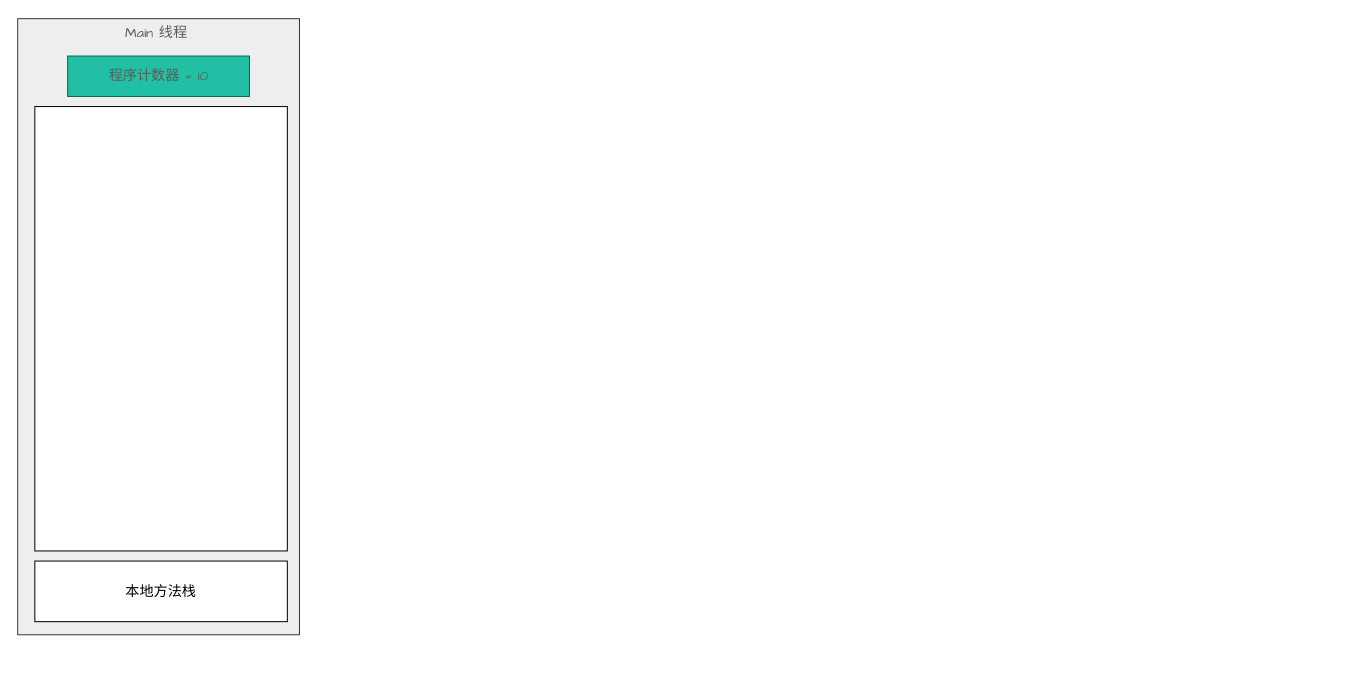
Earlier version of the draw.io diagram learn/JVM main 线程内存模型.drawio (Leo-Lee-j/sketch). Source tidied: cells renumbered, new cells numbered last; positions are measured from the earlier drawing's top-left corner, leaving out a move shared by most shapes. Both pictures are drawn from the tidied source at 101%, with x=0, y=0 at pixel (17, 18).
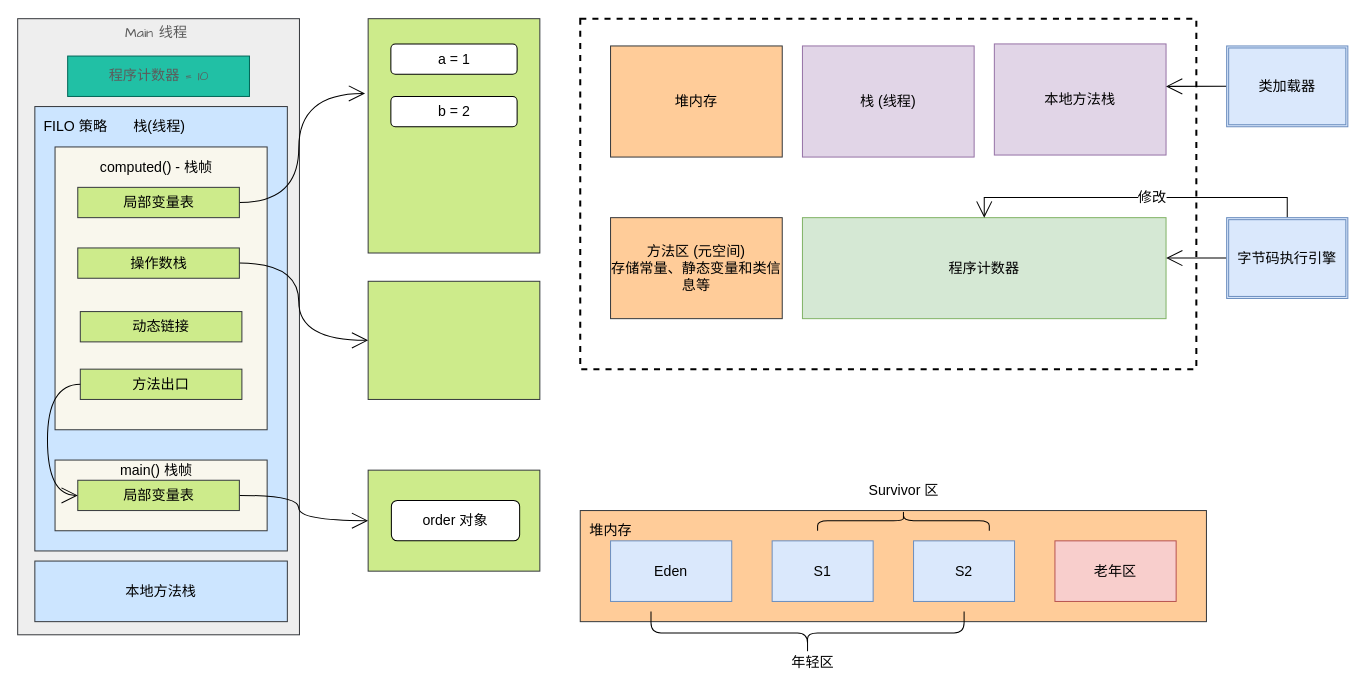
The same diagram, later.

Commit message (it also covers changes not shown here):
更新JVM main 线程内存模型.drawio

Change to the diagram source:
```diff
@@
-    <mxCell id="5" style="rounded=0;whiteSpace=wrap;html=1;hachureGap=4;fontSize=16;" parent="1" vertex="1">
+    <mxCell id="5" style="rounded=0;whiteSpace=wrap;html=1;hachureGap=4;fontSize=16;fillColor=#cce5ff;strokeColor=#36393d;" parent="1" vertex="1">
       <mxGeometry x="17" y="87" width="250" height="440" as="geometry" />
     </mxCell>
-    <mxCell id="6" value="本地方法栈" style="rounded=0;whiteSpace=wrap;html=1;hachureGap=4;fontSize=14;" parent="1" vertex="1">
+    <mxCell id="6" value="本地方法栈" style="rounded=0;whiteSpace=wrap;html=1;hachureGap=4;fontSize=14;fillColor=#cce5ff;strokeColor=#36393d;" parent="1" vertex="1">
       <mxGeometry x="17" y="537" width="250" height="60" as="geometry" />
     </mxCell>
+    <mxCell id="7" style="rounded=0;whiteSpace=wrap;html=1;hachureGap=4;fontFamily=Helvetica;fontSize=14;strokeColor=#36393d;fillColor=#f9f7ed;" parent="1" vertex="1">
+      <mxGeometry x="37" y="127" width="210" height="280" as="geometry" />
+    </mxCell>
+    <mxCell id="8" value="computed() - 栈帧" style="text;html=1;align=center;verticalAlign=middle;strokeColor=none;fillColor=none;rounded=0;hachureGap=4;fontFamily=Helvetica;fontSize=14;fontColor=default;" parent="1" vertex="1">
+      <mxGeometry x="72" y="137" width="130" height="20" as="geometry" />
+    </mxCell>
+    <mxCell id="9" value="栈(线程)" style="text;html=1;align=center;verticalAlign=middle;strokeColor=none;fillColor=none;rounded=0;hachureGap=4;fontFamily=Helvetica;fontSize=14;fontColor=default;" parent="1" vertex="1">
+      <mxGeometry x="104.5" y="97" width="70" height="20" as="geometry" />
+    </mxCell>
+    <mxCell id="10" value="FILO 策略" style="text;html=1;align=center;verticalAlign=middle;strokeColor=none;fillColor=none;rounded=0;hachureGap=4;fontFamily=Helvetica;fontSize=14;fontColor=default;" parent="1" vertex="1">
+      <mxGeometry x="17" y="97" width="80" height="20" as="geometry" />
+    </mxCell>
+    <mxCell id="11" style="edgeStyle=orthogonalEdgeStyle;curved=1;jettySize=auto;html=1;exitX=1;exitY=0.5;exitDx=0;exitDy=0;entryX=-0.018;entryY=0.319;entryDx=0;entryDy=0;entryPerimeter=0;fontFamily=Helvetica;fontSize=14;fontColor=default;endArrow=open;startSize=14;endSize=14;sourcePerimeterSpacing=8;targetPerimeterSpacing=8;" parent="1" edge="1" source="12" target="21">
+      <mxGeometry relative="1" as="geometry" />
+    </mxCell>
+    <mxCell id="12" value="局部变量表" style="rounded=0;whiteSpace=wrap;html=1;hachureGap=4;fontFamily=Helvetica;fontSize=14;strokeColor=#36393d;fillColor=#cdeb8b;" parent="1" vertex="1">
+      <mxGeometry x="59.5" y="167" width="160" height="30" as="geometry" />
+    </mxCell>
+    <mxCell id="13" style="edgeStyle=orthogonalEdgeStyle;shape=connector;curved=1;rounded=1;jettySize=auto;html=1;exitX=1;exitY=0.5;exitDx=0;exitDy=0;entryX=0;entryY=0.5;entryDx=0;entryDy=0;labelBackgroundColor=default;fontFamily=Helvetica;fontSize=14;fontColor=default;endArrow=open;startSize=14;endSize=14;sourcePerimeterSpacing=8;targetPerimeterSpacing=8;strokeColor=default;" parent="1" edge="1" source="14" target="22">
+      <mxGeometry relative="1" as="geometry" />
+    </mxCell>
+    <mxCell id="14" value="操作数栈" style="rounded=0;whiteSpace=wrap;html=1;hachureGap=4;fontFamily=Helvetica;fontSize=14;strokeColor=#36393d;fillColor=#cdeb8b;" parent="1" vertex="1">
+      <mxGeometry x="59.5" y="227" width="160" height="30" as="geometry" />
+    </mxCell>
+    <mxCell id="15" value="动态链接" style="rounded=0;whiteSpace=wrap;html=1;hachureGap=4;fontFamily=Helvetica;fontSize=14;strokeColor=#36393d;fillColor=#cdeb8b;" parent="1" vertex="1">
+      <mxGeometry x="62" y="290" width="160" height="30" as="geometry" />
+    </mxCell>
+    <mxCell id="16" value="方法出口" style="rounded=0;whiteSpace=wrap;html=1;hachureGap=4;fontFamily=Helvetica;fontSize=14;strokeColor=#36393d;fillColor=#cdeb8b;" parent="1" vertex="1">
+      <mxGeometry x="62" y="347" width="160" height="30" as="geometry" />
+    </mxCell>
+    <mxCell id="17" style="rounded=0;whiteSpace=wrap;html=1;hachureGap=4;fontFamily=Helvetica;fontSize=14;strokeColor=#36393d;fillColor=#f9f7ed;" parent="1" vertex="1">
+      <mxGeometry x="37" y="437" width="210" height="70" as="geometry" />
+    </mxCell>
+    <mxCell id="18" value="main() 栈帧" style="text;html=1;align=center;verticalAlign=middle;strokeColor=none;fillColor=none;rounded=0;hachureGap=4;fontFamily=Helvetica;fontSize=14;fontColor=default;" parent="1" vertex="1">
+      <mxGeometry x="92" y="437" width="90" height="20" as="geometry" />
+    </mxCell>
+    <mxCell id="19" style="edgeStyle=orthogonalEdgeStyle;shape=connector;curved=1;rounded=1;jettySize=auto;html=1;exitX=1;exitY=0.5;exitDx=0;exitDy=0;entryX=0;entryY=0.5;entryDx=0;entryDy=0;labelBackgroundColor=default;fontFamily=Helvetica;fontSize=14;fontColor=default;endArrow=open;startSize=14;endSize=14;sourcePerimeterSpacing=8;targetPerimeterSpacing=8;strokeColor=default;" parent="1" edge="1" source="20" target="23">
+      <mxGeometry relative="1" as="geometry" />
+    </mxCell>
+    <mxCell id="20" value="局部变量表" style="rounded=0;whiteSpace=wrap;html=1;hachureGap=4;fontFamily=Helvetica;fontSize=14;strokeColor=#36393d;fillColor=#cdeb8b;" parent="1" vertex="1">
+      <mxGeometry x="59.5" y="457" width="160" height="30" as="geometry" />
+    </mxCell>
+    <mxCell id="21" style="rounded=0;whiteSpace=wrap;html=1;hachureGap=4;fontFamily=Helvetica;fontSize=14;strokeColor=#36393d;fillColor=#cdeb8b;" parent="1" vertex="1">
+      <mxGeometry x="347" width="170" height="232" as="geometry" />
+    </mxCell>
+    <mxCell id="22" style="rounded=0;whiteSpace=wrap;html=1;hachureGap=4;fontFamily=Helvetica;fontSize=14;strokeColor=#36393d;fillColor=#cdeb8b;" parent="1" vertex="1">
+      <mxGeometry x="347" y="260" width="170" height="117" as="geometry" />
+    </mxCell>
+    <mxCell id="23" style="rounded=0;whiteSpace=wrap;html=1;hachureGap=4;fontFamily=Helvetica;fontSize=14;strokeColor=#36393d;fillColor=#cdeb8b;" parent="1" vertex="1">
+      <mxGeometry x="347" y="447" width="170" height="100" as="geometry" />
+    </mxCell>
+    <mxCell id="24" style="rounded=0;whiteSpace=wrap;html=1;hachureGap=4;fontFamily=Helvetica;fontSize=14;fontColor=default;strokeColor=default;fillColor=default;dashed=1;strokeWidth=2;" parent="1" vertex="1">
+      <mxGeometry x="557" width="610" height="347" as="geometry" />
+    </mxCell>
+    <mxCell id="25" value="a = 1" style="rounded=1;whiteSpace=wrap;html=1;hachureGap=4;fontFamily=Helvetica;fontSize=14;fontColor=default;strokeColor=default;strokeWidth=1;fillColor=default;" parent="1" vertex="1">
+      <mxGeometry x="369.5" y="25" width="125" height="30" as="geometry" />
+    </mxCell>
+    <mxCell id="26" value="b = 2" style="rounded=1;whiteSpace=wrap;html=1;hachureGap=4;fontFamily=Helvetica;fontSize=14;fontColor=default;strokeColor=default;strokeWidth=1;fillColor=default;" parent="1" vertex="1">
+      <mxGeometry x="369.5" y="77" width="125" height="30" as="geometry" />
+    </mxCell>
+    <mxCell id="27" value="order 对象" style="rounded=1;whiteSpace=wrap;html=1;hachureGap=4;fontFamily=Helvetica;fontSize=14;fontColor=default;strokeColor=default;strokeWidth=1;fillColor=default;" parent="1" vertex="1">
+      <mxGeometry x="370" y="477" width="127" height="40" as="geometry" />
+    </mxCell>
+    <mxCell id="28" style="edgeStyle=orthogonalEdgeStyle;shape=connector;curved=1;rounded=1;jettySize=auto;html=1;exitX=0;exitY=0.5;exitDx=0;exitDy=0;entryX=0;entryY=0.5;entryDx=0;entryDy=0;labelBackgroundColor=default;fontFamily=Helvetica;fontSize=14;fontColor=default;endArrow=open;startSize=14;endSize=14;sourcePerimeterSpacing=8;targetPerimeterSpacing=8;strokeColor=default;" parent="1" edge="1" source="16" target="20">
+      <mxGeometry relative="1" as="geometry" />
+    </mxCell>
+    <mxCell id="29" value="堆内存" style="rounded=0;whiteSpace=wrap;html=1;hachureGap=4;fontFamily=Helvetica;fontSize=14;strokeColor=#36393d;strokeWidth=1;fillColor=#ffcc99;" parent="1" vertex="1">
+      <mxGeometry x="587" y="27" width="170" height="110" as="geometry" />
+    </mxCell>
+    <mxCell id="30" value="栈 (线程)" style="rounded=0;whiteSpace=wrap;html=1;hachureGap=4;fontFamily=Helvetica;fontSize=14;strokeColor=#9673a6;strokeWidth=1;fillColor=#e1d5e7;" parent="1" vertex="1">
+      <mxGeometry x="777" y="27" width="170" height="110" as="geometry" />
+    </mxCell>
+    <mxCell id="31" value="本地方法栈" style="rounded=0;whiteSpace=wrap;html=1;hachureGap=4;fontFamily=Helvetica;fontSize=14;strokeColor=#9673a6;strokeWidth=1;fillColor=#e1d5e7;" parent="1" vertex="1">
+      <mxGeometry x="967" y="25" width="170" height="110" as="geometry" />
+    </mxCell>
+    <mxCell id="32" value="程序计数器" style="rounded=0;whiteSpace=wrap;html=1;hachureGap=4;fontFamily=Helvetica;fontSize=14;strokeColor=#82b366;strokeWidth=1;fillColor=#d5e8d4;" parent="1" vertex="1">
+      <mxGeometry x="777" y="197" width="360" height="100" as="geometry" />
+    </mxCell>
+    <mxCell id="33" value="方法区 (元空间)&lt;br&gt;存储常量、静态变量和类信息等" style="rounded=0;whiteSpace=wrap;html=1;hachureGap=4;fontFamily=Helvetica;fontSize=14;strokeColor=#36393d;strokeWidth=1;fillColor=#ffcc99;" parent="1" vertex="1">
+      <mxGeometry x="587" y="197" width="170" height="100" as="geometry" />
+    </mxCell>
+    <mxCell id="34" style="rounded=0;whiteSpace=wrap;html=1;hachureGap=4;fontFamily=Helvetica;fontSize=14;strokeColor=#36393d;strokeWidth=1;fillColor=#ffcc99;" parent="1" vertex="1">
+      <mxGeometry x="557" y="487" width="620" height="110" as="geometry" />
+    </mxCell>
+    <mxCell id="35" value="堆内存" style="text;html=1;align=center;verticalAlign=middle;strokeColor=none;fillColor=none;rounded=0;hachureGap=4;fontFamily=Helvetica;fontSize=14;fontColor=default;" parent="1" vertex="1">
+      <mxGeometry x="557" y="497" width="60" height="20" as="geometry" />
+    </mxCell>
+    <mxCell id="36" value="Eden" style="rounded=0;whiteSpace=wrap;html=1;hachureGap=4;fontFamily=Helvetica;fontSize=14;strokeColor=#6c8ebf;strokeWidth=1;fillColor=#dae8fc;" parent="1" vertex="1">
+      <mxGeometry x="587" y="517" width="120" height="60" as="geometry" />
+    </mxCell>
+    <mxCell id="37" value="S1" style="rounded=0;whiteSpace=wrap;html=1;hachureGap=4;fontFamily=Helvetica;fontSize=14;strokeColor=#6c8ebf;strokeWidth=1;fillColor=#dae8fc;" parent="1" vertex="1">
+      <mxGeometry x="747" y="517" width="100" height="60" as="geometry" />
+    </mxCell>
+    <mxCell id="38" value="S2" style="rounded=0;whiteSpace=wrap;html=1;hachureGap=4;fontFamily=Helvetica;fontSize=14;strokeColor=#6c8ebf;strokeWidth=1;fillColor=#dae8fc;" parent="1" vertex="1">
+      <mxGeometry x="887" y="517" width="100" height="60" as="geometry" />
+    </mxCell>
+    <mxCell id="39" value="老年区" style="rounded=0;whiteSpace=wrap;html=1;hachureGap=4;fontFamily=Helvetica;fontSize=14;strokeColor=#b85450;strokeWidth=1;fillColor=#f8cecc;" parent="1" vertex="1">
+      <mxGeometry x="1027" y="517" width="120" height="60" as="geometry" />
+    </mxCell>
+    <mxCell id="40" style="shape=curlyBracket;whiteSpace=wrap;html=1;rounded=1;hachureGap=4;fontFamily=Helvetica;fontSize=14;fontColor=default;strokeColor=default;strokeWidth=1;fillColor=default;rotation=-90;size=0.5;" parent="1" vertex="1">
+      <mxGeometry x="760.8" y="453.2" width="42.5" height="310" as="geometry" />
+    </mxCell>
+    <mxCell id="41" value="年轻区" style="text;html=1;align=center;verticalAlign=middle;strokeColor=none;fillColor=none;rounded=0;hachureGap=4;fontFamily=Helvetica;fontSize=14;fontColor=default;" parent="1" vertex="1">
+      <mxGeometry x="757" y="627" width="60" height="20" as="geometry" />
+    </mxCell>
+    <mxCell id="42" style="shape=curlyBracket;whiteSpace=wrap;html=1;rounded=1;hachureGap=4;fontFamily=Helvetica;fontSize=14;fontColor=default;strokeColor=default;strokeWidth=1;fillColor=default;rotation=90;" parent="1" vertex="1">
+      <mxGeometry x="867" y="412" width="20" height="170" as="geometry" />
+    </mxCell>
+    <mxCell id="43" value="Survivor 区" style="text;html=1;align=center;verticalAlign=middle;strokeColor=none;fillColor=none;rounded=0;hachureGap=4;fontFamily=Helvetica;fontSize=14;fontColor=default;" parent="1" vertex="1">
+      <mxGeometry x="837" y="457" width="80" height="20" as="geometry" />
+    </mxCell>
+    <mxCell id="44" style="edgeStyle=orthogonalEdgeStyle;shape=connector;curved=1;rounded=1;jettySize=auto;html=1;exitX=0;exitY=0.5;exitDx=0;exitDy=0;entryX=1;entryY=0.382;entryDx=0;entryDy=0;entryPerimeter=0;labelBackgroundColor=default;fontFamily=Helvetica;fontSize=14;fontColor=default;endArrow=open;startSize=14;endSize=14;sourcePerimeterSpacing=8;targetPerimeterSpacing=8;strokeColor=default;" parent="1" edge="1" source="45" target="31">
+      <mxGeometry relative="1" as="geometry" />
+    </mxCell>
+    <mxCell id="45" value="类加载器" style="shape=ext;double=1;rounded=0;whiteSpace=wrap;html=1;hachureGap=4;fontFamily=Helvetica;fontSize=14;strokeColor=#6c8ebf;strokeWidth=1;fillColor=#dae8fc;" parent="1" vertex="1">
+      <mxGeometry x="1197" y="27" width="120" height="80" as="geometry" />
+    </mxCell>
+    <mxCell id="46" style="edgeStyle=orthogonalEdgeStyle;shape=connector;curved=1;rounded=1;jettySize=auto;html=1;exitX=0;exitY=0.5;exitDx=0;exitDy=0;entryX=0.951;entryY=0.683;entryDx=0;entryDy=0;entryPerimeter=0;labelBackgroundColor=default;fontFamily=Helvetica;fontSize=14;fontColor=default;endArrow=open;startSize=14;endSize=14;sourcePerimeterSpacing=8;targetPerimeterSpacing=8;strokeColor=default;" parent="1" edge="1" source="49" target="24">
+      <mxGeometry relative="1" as="geometry" />
+    </mxCell>
+    <mxCell id="47" style="edgeStyle=orthogonalEdgeStyle;shape=connector;rounded=0;jettySize=auto;html=1;exitX=0.5;exitY=0;exitDx=0;exitDy=0;entryX=0.5;entryY=0;entryDx=0;entryDy=0;labelBackgroundColor=default;fontFamily=Helvetica;fontSize=14;fontColor=default;endArrow=open;startSize=14;endSize=14;sourcePerimeterSpacing=8;targetPerimeterSpacing=8;strokeColor=default;" parent="1" edge="1" source="49" target="32">
+      <mxGeometry relative="1" as="geometry" />
+    </mxCell>
+    <mxCell id="48" value="修改" style="edgeLabel;html=1;align=center;verticalAlign=middle;fontSize=14;fontFamily=Helvetica;fontColor=default;" parent="47" vertex="1">
+      <mxGeometry x="-0.09" y="-1" relative="1" as="geometry" />
+    </mxCell>
+    <mxCell id="49" value="字节码执行引擎" style="shape=ext;double=1;rounded=0;whiteSpace=wrap;html=1;hachureGap=4;fontFamily=Helvetica;fontSize=14;strokeColor=#6c8ebf;strokeWidth=1;fillColor=#dae8fc;" parent="1" vertex="1">
+      <mxGeometry x="1197" y="197" width="120" height="80" as="geometry" />
+    </mxCell>
```
